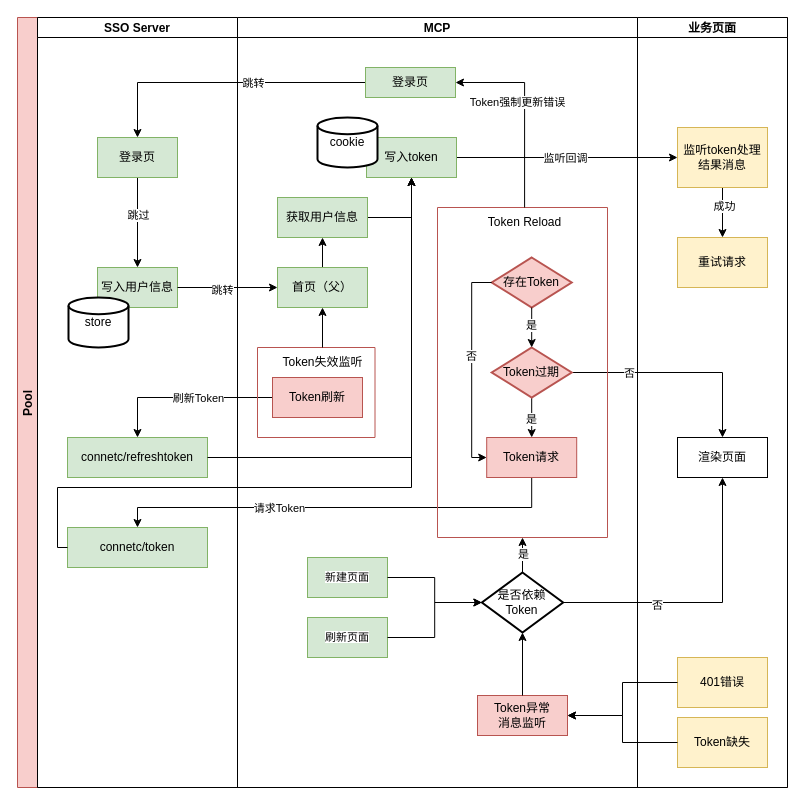
Above: oidc访问令牌流程.drawio in stonefromsky/workflowchart (draw.io), before the change. Source tidied: cells renumbered, new cells numbered last; positions are measured from the earlier drawing's top-left corner, leaving out a move shared by most shapes. Both pictures are drawn from the tidied source at 100%, with x=0, y=0 at pixel (17, 17).
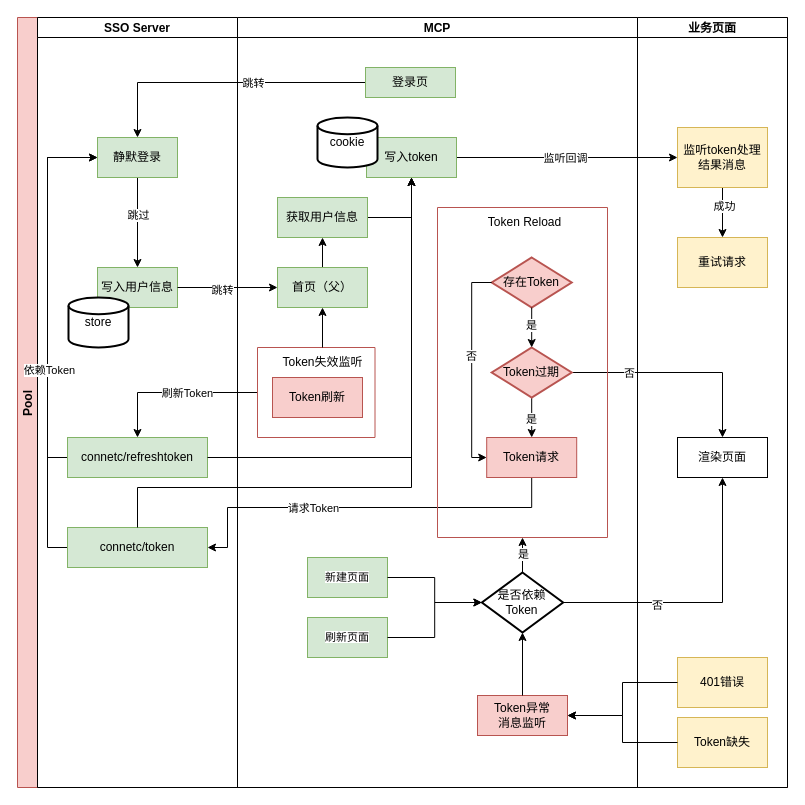
The same diagram, later.

Commit message:
更新oidc访问令牌流程.drawio

Unchanged cells that the change refers to:
```xml
<mxCell id="2" value="Pool" style="swimlane;startSize=20;horizontal=0;fillColor=#f8cecc;strokeColor=#b85450;" parent="1" vertex="1">
  <mxGeometry width="770" height="770" as="geometry" />
</mxCell>
<mxCell id="3" value="SSO Server" style="swimlane;startSize=20;" parent="2" vertex="1">
  <mxGeometry x="20" width="200" height="770" as="geometry" />
</mxCell>
<mxCell id="9" value="connetc/refreshtoken" style="rounded=0;whiteSpace=wrap;html=1;fillColor=#d5e8d4;strokeColor=#82b366;" parent="3" vertex="1">
  <mxGeometry x="30" y="420" width="140" height="40" as="geometry" />
</mxCell>
<mxCell id="10" value="connetc/token" style="rounded=0;whiteSpace=wrap;html=1;fillColor=#d5e8d4;strokeColor=#82b366;" parent="3" vertex="1">
  <mxGeometry x="30" y="510" width="140" height="40" as="geometry" />
</mxCell>
<mxCell id="27" value="MCP" style="swimlane;startSize=20;" parent="2" vertex="1">
  <mxGeometry x="220" width="400" height="770" as="geometry" />
</mxCell>
<mxCell id="28" value="登录页" style="rounded=0;whiteSpace=wrap;html=1;fillColor=#d5e8d4;strokeColor=#82b366;" parent="27" vertex="1">
  <mxGeometry x="128" y="50" width="90" height="30" as="geometry" />
</mxCell>
<mxCell id="32" value="写入token" style="rounded=0;whiteSpace=wrap;html=1;fillColor=#d5e8d4;strokeColor=#82b366;" parent="27" vertex="1">
  <mxGeometry x="129" y="120" width="90" height="40" as="geometry" />
</mxCell>
<mxCell id="36" style="swimlane;startSize=0;fillColor=#f8cecc;strokeColor=#b85450;" parent="27" vertex="1">
  <mxGeometry x="20" y="330" width="117.5" height="90" as="geometry" />
</mxCell>
<mxCell id="38" value="Token刷新" style="rounded=0;whiteSpace=wrap;html=1;fillColor=#f8cecc;strokeColor=#b85450;" parent="36" vertex="1">
  <mxGeometry x="15" y="30" width="90" height="40" as="geometry" />
</mxCell>
<mxCell id="41" value="Token Reload" style="text;html=1;align=center;verticalAlign=middle;points=[];strokeColor=none;fillColor=none;" parent="40" vertex="1">
  <mxGeometry x="36.8" width="100" height="30" as="geometry" />
</mxCell>
<mxCell id="42" value="Token请求" style="rounded=0;whiteSpace=wrap;html=1;fillColor=#f8cecc;strokeColor=#b85450;" parent="40" vertex="1">
  <mxGeometry x="49.2" y="230" width="90" height="40" as="geometry" />
</mxCell>
```

The edit, as a diff of the source:
```diff
@@
-    <mxCell id="6" value="登录页" style="rounded=0;whiteSpace=wrap;html=1;fillColor=#d5e8d4;strokeColor=#82b366;" parent="3" vertex="1">
+    <mxCell id="6" value="静默登录" style="rounded=0;whiteSpace=wrap;html=1;fillColor=#d5e8d4;strokeColor=#82b366;" parent="3" vertex="1">
       <mxGeometry x="60" y="120" width="80" height="40" as="geometry" />
     </mxCell>
@@
+    <mxCell id="71" style="edgeStyle=orthogonalEdgeStyle;rounded=0;jettySize=auto;html=1;entryX=0;entryY=0.5;entryDx=0;entryDy=0;" parent="3" edge="1" source="9" target="6">
+      <mxGeometry relative="1" as="geometry">
+        <Array as="points">
+          <mxPoint x="10" y="440" />
+          <mxPoint x="10" y="140" />
+        </Array>
+      </mxGeometry>
+    </mxCell>
@@
+    <mxCell id="72" style="edgeStyle=orthogonalEdgeStyle;rounded=0;jettySize=auto;html=1;entryX=0;entryY=0.5;entryDx=0;entryDy=0;" parent="3" edge="1" source="10" target="6">
+      <mxGeometry relative="1" as="geometry">
+        <Array as="points">
+          <mxPoint x="10" y="530" />
+          <mxPoint x="10" y="140" />
+        </Array>
+      </mxGeometry>
+    </mxCell>
+    <mxCell id="73" value="依赖Token" style="edgeLabel;html=1;align=center;verticalAlign=middle;" parent="72" vertex="1">
+      <mxGeometry x="-0.14" y="-1" relative="1" as="geometry" />
+    </mxCell>
@@
-    <mxCell id="16" style="edgeStyle=orthogonalEdgeStyle;rounded=0;jettySize=auto;html=1;entryX=0.5;entryY=0;entryDx=0;entryDy=0;" parent="2" edge="1" source="38" target="9">
+    <mxCell id="16" style="edgeStyle=orthogonalEdgeStyle;rounded=0;jettySize=auto;html=1;entryX=0.5;entryY=0;entryDx=0;entryDy=0;exitX=0;exitY=0.5;exitDx=0;exitDy=0;" parent="2" edge="1" source="36" target="9">
       <mxGeometry relative="1" as="geometry" />
     </mxCell>
@@
-    <mxCell id="22" style="edgeStyle=orthogonalEdgeStyle;rounded=0;jettySize=auto;html=1;entryX=0.5;entryY=0;entryDx=0;entryDy=0;exitX=0.5;exitY=1;exitDx=0;exitDy=0;" parent="2" edge="1" source="42" target="10">
+    <mxCell id="22" style="edgeStyle=orthogonalEdgeStyle;rounded=0;jettySize=auto;html=1;entryX=1;entryY=0.5;entryDx=0;entryDy=0;exitX=0.5;exitY=1;exitDx=0;exitDy=0;" parent="2" edge="1" source="42" target="10">
       <mxGeometry relative="1" as="geometry">
         <Array as="points">
           <mxPoint x="514" y="490" />
-          <mxPoint x="120" y="490" />
+          <mxPoint x="210" y="490" />
+          <mxPoint x="210" y="530" />
         </Array>
       </mxGeometry>
     </mxCell>
@@
-    <mxCell id="24" style="edgeStyle=orthogonalEdgeStyle;rounded=0;jettySize=auto;html=1;exitX=0;exitY=0.5;exitDx=0;exitDy=0;entryX=0.5;entryY=1;entryDx=0;entryDy=0;" parent="2" edge="1" source="10" target="32">
+    <mxCell id="24" style="edgeStyle=orthogonalEdgeStyle;rounded=0;jettySize=auto;html=1;exitX=0.5;exitY=0;exitDx=0;exitDy=0;entryX=0.5;entryY=1;entryDx=0;entryDy=0;" parent="2" edge="1" source="10" target="32">
       <mxGeometry relative="1" as="geometry">
         <Array as="points">
-          <mxPoint x="40" y="530" />
-          <mxPoint x="40" y="470" />
+          <mxPoint x="120" y="470" />
           <mxPoint x="394" y="470" />
         </Array>
       </mxGeometry>
     </mxCell>
@@
-    <mxCell id="55" style="edgeStyle=orthogonalEdgeStyle;rounded=0;jettySize=auto;html=1;entryX=1;entryY=0.5;entryDx=0;entryDy=0;exitX=0.503;exitY=0;exitDx=0;exitDy=0;exitPerimeter=0;" parent="27" edge="1" source="41" target="28">
-      <mxGeometry relative="1" as="geometry" />
-    </mxCell>
-    <mxCell id="56" value="Token强制更新错误" style="edgeLabel;html=1;align=center;verticalAlign=middle;" parent="55" vertex="1">
-      <mxGeometry x="0.35" y="-2" relative="1" as="geometry">
-        <mxPoint x="-2" y="21" as="offset" />
-      </mxGeometry>
-    </mxCell>
```
